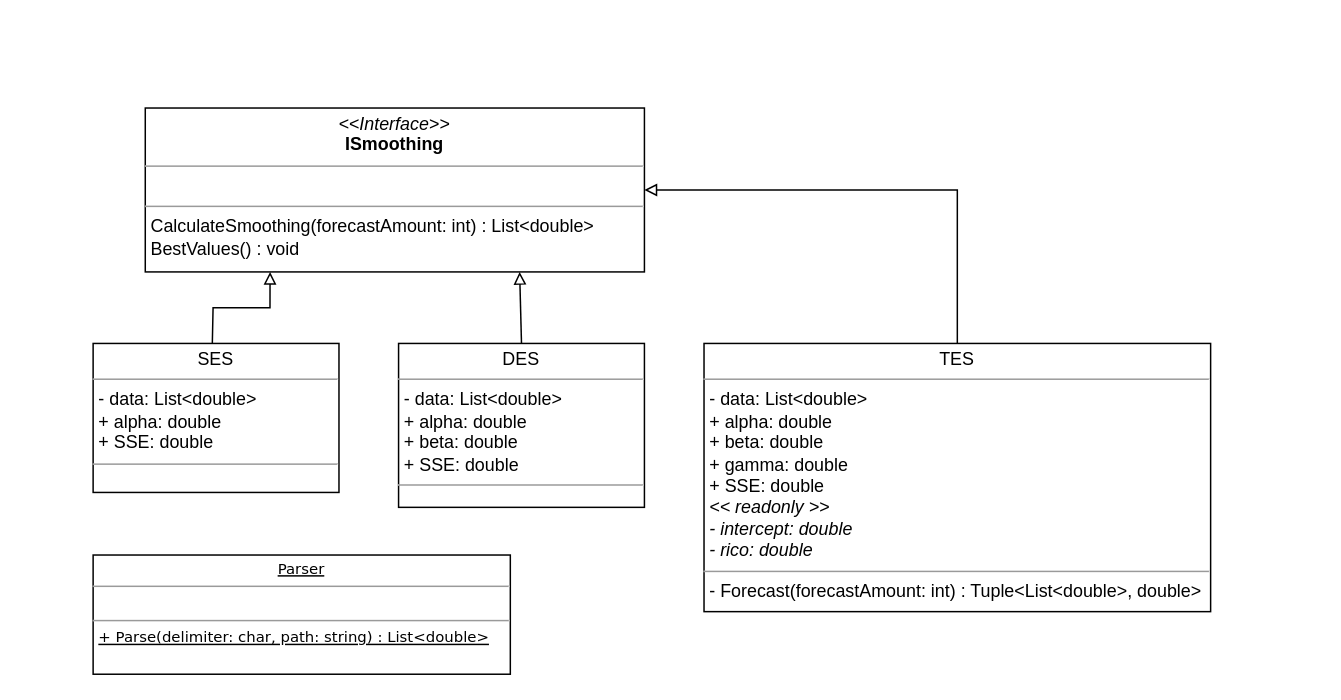
The draw.io diagram Class diagram - forecasting.drawio in JustMike112/forecasting, before the edit. Source tidied: cells renumbered, new cells numbered last; positions are measured from the earlier drawing's top-left corner, leaving out a move shared by most shapes. Both pictures are drawn from the tidied source at 149%, with x=0, y=0 at pixel (92, 107).
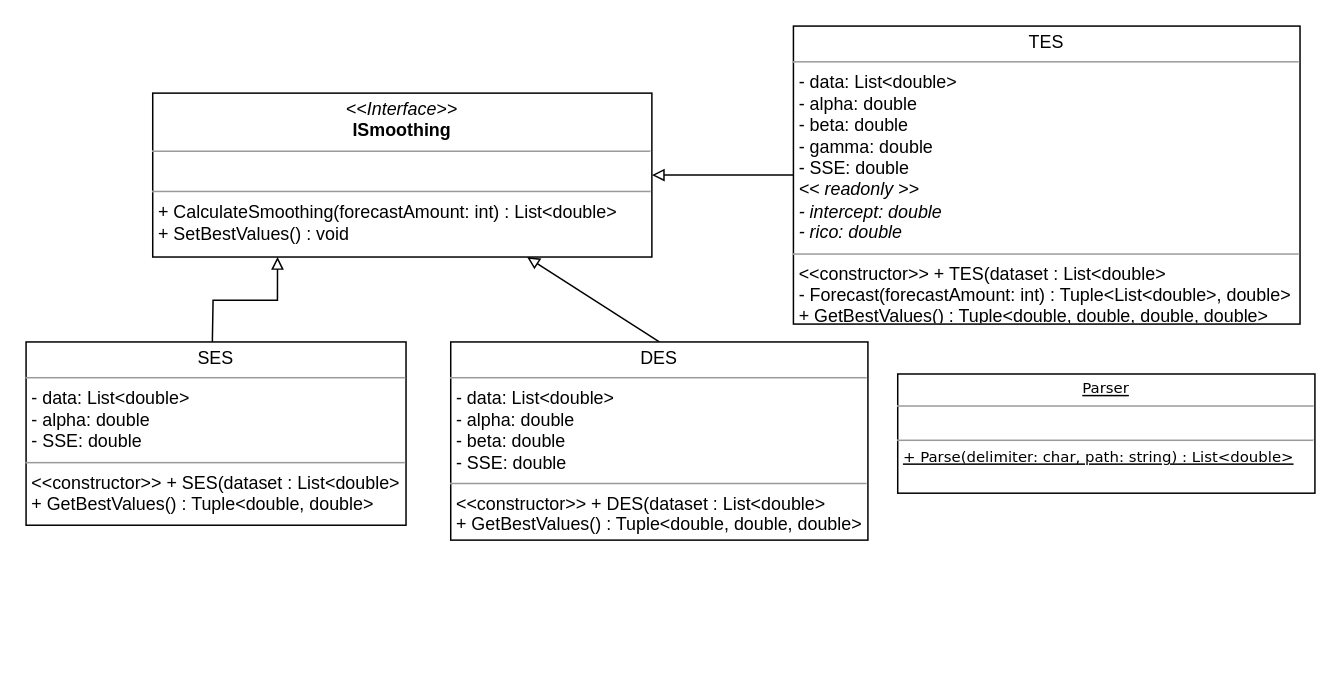
After the change.

Commit message (it also covers changes not shown here):
made some properties private and adjusted the class diagram

What changed in the source:
```diff
@@
 <mxGraphModel>
   <root>
     <mxCell id="0" />
     <mxCell id="1" parent="0" />
-    <mxCell id="2" value="&lt;p style=&quot;margin: 0px ; margin-top: 4px ; text-align: center&quot;&gt;&lt;i&gt;&amp;lt;&amp;lt;Interface&amp;gt;&amp;gt;&lt;/i&gt;&lt;br&gt;&lt;b&gt;ISmoothing&lt;/b&gt;&lt;/p&gt;&lt;hr size=&quot;1&quot;&gt;&lt;p style=&quot;margin: 0px ; margin-left: 4px&quot;&gt;&lt;br&gt;&lt;/p&gt;&lt;hr size=&quot;1&quot;&gt;&lt;p style=&quot;margin: 0px ; margin-left: 4px&quot;&gt;CalculateSmoothing(forecastAmount: int) : List&amp;lt;double&amp;gt;&lt;/p&gt;&lt;p style=&quot;margin: 0px ; margin-left: 4px&quot;&gt;BestValues() : void&lt;/p&gt;" style="verticalAlign=top;align=left;overflow=fill;fontSize=12;fontFamily=Helvetica;html=1;rounded=0;shadow=0;comic=0;labelBackgroundColor=none;strokeColor=#000000;strokeWidth=1;fillColor=#ffffff;" parent="1" vertex="1">
-      <mxGeometry x="35" width="335" height="110" as="geometry" />
+    <mxCell id="2" value="&lt;p style=&quot;margin: 0px ; margin-top: 4px ; text-align: center&quot;&gt;&lt;i&gt;&amp;lt;&amp;lt;Interface&amp;gt;&amp;gt;&lt;/i&gt;&lt;br&gt;&lt;b&gt;ISmoothing&lt;/b&gt;&lt;/p&gt;&lt;hr size=&quot;1&quot;&gt;&lt;p style=&quot;margin: 0px ; margin-left: 4px&quot;&gt;&lt;br&gt;&lt;/p&gt;&lt;hr size=&quot;1&quot;&gt;&lt;p style=&quot;margin: 0px ; margin-left: 4px&quot;&gt;+ CalculateSmoothing(forecastAmount: int) : List&amp;lt;double&amp;gt;&lt;/p&gt;&lt;p style=&quot;margin: 0px ; margin-left: 4px&quot;&gt;+ SetBestValues() : void&lt;/p&gt;" style="verticalAlign=top;align=left;overflow=fill;fontSize=12;fontFamily=Helvetica;html=1;rounded=0;shadow=0;comic=0;labelBackgroundColor=none;strokeColor=#000000;strokeWidth=1;fillColor=#ffffff;" parent="1" vertex="1">
+      <mxGeometry x="40" y="-10" width="335" height="110" as="geometry" />
     </mxCell>
     <mxCell id="3" style="endArrow=block;html=1;entryX=0.75;entryY=1;entryDx=0;entryDy=0;endFill=0;strokeWidth=1;exitX=0.5;exitY=0;exitDx=0;exitDy=0;" parent="1" edge="1" source="6" target="2">
       <mxGeometry relative="1" as="geometry" />
     </mxCell>
     <mxCell id="4" style="edgeStyle=orthogonalEdgeStyle;rounded=0;jettySize=auto;html=1;exitX=0.5;exitY=0;exitDx=0;exitDy=0;entryX=0.25;entryY=1;entryDx=0;entryDy=0;endArrow=block;endFill=0;strokeWidth=1;" parent="1" edge="1" target="2">
       <mxGeometry relative="1" as="geometry">
         <mxPoint x="80" y="158" as="sourcePoint" />
       </mxGeometry>
     </mxCell>
-    <mxCell id="5" value="&lt;p style=&quot;margin: 0px ; margin-top: 4px ; text-align: center&quot;&gt;SES&lt;/p&gt;&lt;hr size=&quot;1&quot;&gt;&lt;p style=&quot;margin: 0px ; margin-left: 4px&quot;&gt;- data: List&amp;lt;double&amp;gt;&lt;/p&gt;&lt;p style=&quot;margin: 0px ; margin-left: 4px&quot;&gt;+ alpha: double&lt;/p&gt;&lt;p style=&quot;margin: 0px ; margin-left: 4px&quot;&gt;+ SSE: double&lt;/p&gt;&lt;hr size=&quot;1&quot;&gt;&lt;p style=&quot;margin: 0px ; margin-left: 4px&quot;&gt;&lt;br&gt;&lt;/p&gt;" style="verticalAlign=top;align=left;overflow=fill;fontSize=12;fontFamily=Helvetica;html=1;rounded=0;shadow=0;comic=0;labelBackgroundColor=none;strokeColor=#000000;strokeWidth=1;fillColor=#ffffff;" parent="1" vertex="1">
-      <mxGeometry y="158" width="165" height="100" as="geometry" />
+    <mxCell id="5" value="&lt;p style=&quot;margin: 0px ; margin-top: 4px ; text-align: center&quot;&gt;SES&lt;/p&gt;&lt;hr size=&quot;1&quot;&gt;&lt;p style=&quot;margin: 0px ; margin-left: 4px&quot;&gt;- data: List&amp;lt;double&amp;gt;&lt;/p&gt;&lt;p style=&quot;margin: 0px ; margin-left: 4px&quot;&gt;- alpha: double&lt;/p&gt;&lt;p style=&quot;margin: 0px ; margin-left: 4px&quot;&gt;- SSE: double&lt;/p&gt;&lt;hr size=&quot;1&quot;&gt;&lt;p style=&quot;margin: 0px ; margin-left: 4px&quot;&gt;&amp;lt;&amp;lt;constructor&amp;gt;&amp;gt; + SES(dataset : List&amp;lt;double&amp;gt;&lt;/p&gt;&lt;p style=&quot;margin: 0px ; margin-left: 4px&quot;&gt;+ GetBestValues() : Tuple&amp;lt;double, double&amp;gt;&lt;/p&gt;" style="verticalAlign=top;align=left;overflow=fill;fontSize=12;fontFamily=Helvetica;html=1;rounded=0;shadow=0;comic=0;labelBackgroundColor=none;strokeColor=#000000;strokeWidth=1;fillColor=#ffffff;" parent="1" vertex="1">
+      <mxGeometry x="-45" y="157" width="255" height="123" as="geometry" />
     </mxCell>
-    <mxCell id="6" value="&lt;p style=&quot;margin: 0px ; margin-top: 4px ; text-align: center&quot;&gt;DES&lt;/p&gt;&lt;hr size=&quot;1&quot;&gt;&lt;p style=&quot;margin: 0px ; margin-left: 4px&quot;&gt;- data: List&amp;lt;double&amp;gt;&lt;/p&gt;&lt;p style=&quot;margin: 0px ; margin-left: 4px&quot;&gt;+ alpha: double&lt;/p&gt;&lt;p style=&quot;margin: 0px ; margin-left: 4px&quot;&gt;+ beta: double&lt;/p&gt;&lt;p style=&quot;margin: 0px ; margin-left: 4px&quot;&gt;+ SSE: double&lt;/p&gt;&lt;hr size=&quot;1&quot;&gt;&lt;p style=&quot;margin: 0px ; margin-left: 4px&quot;&gt;&lt;br&gt;&lt;/p&gt;" style="verticalAlign=top;align=left;overflow=fill;fontSize=12;fontFamily=Helvetica;html=1;rounded=0;shadow=0;comic=0;labelBackgroundColor=none;strokeColor=#000000;strokeWidth=1;fillColor=#ffffff;" parent="1" vertex="1">
-      <mxGeometry x="205" y="158" width="165" height="110" as="geometry" />
+    <mxCell id="6" value="&lt;p style=&quot;margin: 0px ; margin-top: 4px ; text-align: center&quot;&gt;DES&lt;/p&gt;&lt;hr size=&quot;1&quot;&gt;&lt;p style=&quot;margin: 0px ; margin-left: 4px&quot;&gt;- data: List&amp;lt;double&amp;gt;&lt;/p&gt;&lt;p style=&quot;margin: 0px ; margin-left: 4px&quot;&gt;- alpha: double&lt;/p&gt;&lt;p style=&quot;margin: 0px ; margin-left: 4px&quot;&gt;- beta: double&lt;/p&gt;&lt;p style=&quot;margin: 0px ; margin-left: 4px&quot;&gt;- SSE: double&lt;/p&gt;&lt;hr size=&quot;1&quot;&gt;&lt;p style=&quot;margin: 0px ; margin-left: 4px&quot;&gt;&amp;lt;&amp;lt;constructor&amp;gt;&amp;gt; + DES(dataset : List&amp;lt;double&amp;gt;&lt;br&gt;&lt;/p&gt;&lt;p style=&quot;margin: 0px ; margin-left: 4px&quot;&gt;+ GetBestValues() : Tuple&amp;lt;double, double, double&amp;gt;&lt;br&gt;&lt;/p&gt;" style="verticalAlign=top;align=left;overflow=fill;fontSize=12;fontFamily=Helvetica;html=1;rounded=0;shadow=0;comic=0;labelBackgroundColor=none;strokeColor=#000000;strokeWidth=1;fillColor=#ffffff;" parent="1" vertex="1">
+      <mxGeometry x="240" y="157" width="280" height="133" as="geometry" />
     </mxCell>
-    <mxCell id="7" value="&lt;p style=&quot;margin: 0px ; margin-top: 4px ; text-align: center&quot;&gt;TES&lt;/p&gt;&lt;hr size=&quot;1&quot;&gt;&lt;p style=&quot;margin: 0px ; margin-left: 4px&quot;&gt;- data: List&amp;lt;double&amp;gt;&lt;/p&gt;&lt;p style=&quot;margin: 0px ; margin-left: 4px&quot;&gt;+ alpha: double&lt;/p&gt;&lt;p style=&quot;margin: 0px ; margin-left: 4px&quot;&gt;+ beta: double&lt;/p&gt;&lt;p style=&quot;margin: 0px ; margin-left: 4px&quot;&gt;+ gamma: double&lt;/p&gt;&lt;p style=&quot;margin: 0px ; margin-left: 4px&quot;&gt;+ SSE: double&lt;/p&gt;&lt;p style=&quot;margin: 0px ; margin-left: 4px&quot;&gt;&lt;i&gt;&amp;lt;&amp;lt; readonly &amp;gt;&amp;gt;&lt;/i&gt;&lt;/p&gt;&lt;p style=&quot;margin: 0px ; margin-left: 4px&quot;&gt;&lt;i&gt;- intercept: double&lt;/i&gt;&lt;/p&gt;&lt;p style=&quot;margin: 0px ; margin-left: 4px&quot;&gt;&lt;i&gt;- rico: double&lt;/i&gt;&lt;/p&gt;&lt;hr size=&quot;1&quot;&gt;&lt;p style=&quot;margin: 0px ; margin-left: 4px&quot;&gt;- Forecast(forecastAmount: int) : Tuple&amp;lt;List&amp;lt;double&amp;gt;, double&amp;gt;&lt;/p&gt;" style="verticalAlign=top;align=left;overflow=fill;fontSize=12;fontFamily=Helvetica;html=1;rounded=0;shadow=0;comic=0;labelBackgroundColor=none;strokeColor=#000000;strokeWidth=1;fillColor=#ffffff;" parent="1" vertex="1">
-      <mxGeometry x="410" y="158" width="340" height="180" as="geometry" />
+    <mxCell id="7" value="&lt;p style=&quot;margin: 0px ; margin-top: 4px ; text-align: center&quot;&gt;TES&lt;/p&gt;&lt;hr size=&quot;1&quot;&gt;&lt;p style=&quot;margin: 0px ; margin-left: 4px&quot;&gt;- data: List&amp;lt;double&amp;gt;&lt;/p&gt;&lt;p style=&quot;margin: 0px ; margin-left: 4px&quot;&gt;- alpha: double&lt;/p&gt;&lt;p style=&quot;margin: 0px ; margin-left: 4px&quot;&gt;- beta: double&lt;/p&gt;&lt;p style=&quot;margin: 0px ; margin-left: 4px&quot;&gt;- gamma: double&lt;/p&gt;&lt;p style=&quot;margin: 0px ; margin-left: 4px&quot;&gt;- SSE: double&lt;/p&gt;&lt;p style=&quot;margin: 0px ; margin-left: 4px&quot;&gt;&lt;i&gt;&amp;lt;&amp;lt; readonly &amp;gt;&amp;gt;&lt;/i&gt;&lt;/p&gt;&lt;p style=&quot;margin: 0px ; margin-left: 4px&quot;&gt;&lt;i&gt;- intercept: double&lt;/i&gt;&lt;/p&gt;&lt;p style=&quot;margin: 0px ; margin-left: 4px&quot;&gt;&lt;i&gt;- rico: double&lt;/i&gt;&lt;/p&gt;&lt;hr size=&quot;1&quot;&gt;&lt;p style=&quot;margin: 0px ; margin-left: 4px&quot;&gt;&amp;lt;&amp;lt;constructor&amp;gt;&amp;gt; + TES(dataset : List&amp;lt;double&amp;gt;&lt;br&gt;&lt;/p&gt;&lt;p style=&quot;margin: 0px ; margin-left: 4px&quot;&gt;- Forecast(forecastAmount: int) : Tuple&amp;lt;List&amp;lt;double&amp;gt;, double&amp;gt;&lt;/p&gt;&lt;p style=&quot;margin: 0px ; margin-left: 4px&quot;&gt;+ GetBestValues() : Tuple&amp;lt;double, double, double, double&amp;gt;&lt;/p&gt;" style="verticalAlign=top;align=left;overflow=fill;fontSize=12;fontFamily=Helvetica;html=1;rounded=0;shadow=0;comic=0;labelBackgroundColor=none;strokeColor=#000000;strokeWidth=1;fillColor=#ffffff;" parent="1" vertex="1">
+      <mxGeometry x="470" y="-55" width="340" height="200" as="geometry" />
     </mxCell>
+    <mxCell id="9" value="&lt;p style=&quot;margin: 4px 0px 0px ; text-align: center ; font-size: 10px&quot;&gt;&lt;u&gt;&lt;span&gt;Parser&lt;/span&gt;&lt;br&gt;&lt;/u&gt;&lt;/p&gt;&lt;hr size=&quot;1&quot; style=&quot;font-size: 10px&quot;&gt;&lt;p style=&quot;margin: 0px 0px 0px 4px ; font-size: 10px&quot;&gt;&lt;br&gt;&lt;/p&gt;&lt;hr size=&quot;1&quot; style=&quot;font-size: 10px&quot;&gt;&lt;p style=&quot;margin: 0px 0px 0px 4px ; font-size: 10px&quot;&gt;&lt;font style=&quot;font-size: 10px&quot;&gt;&lt;u&gt;+ Parse(delimiter: char, path: string) : List&amp;lt;double&amp;gt;&lt;/u&gt;&lt;/font&gt;&lt;/p&gt;" style="verticalAlign=top;align=left;overflow=fill;fontSize=12;fontFamily=Verdana;html=1;rounded=0;shadow=0;comic=0;labelBackgroundColor=none;strokeColor=#000000;strokeWidth=1;fillColor=#ffffff;" parent="1" vertex="1">
+      <mxGeometry x="540" y="178.5" width="280" height="80" as="geometry" />
+    </mxCell>
-    <mxCell id="8" style="endArrow=block;html=1;entryX=1;entryY=0.5;entryDx=0;entryDy=0;endFill=0;strokeWidth=1;exitX=0.5;exitY=0;exitDx=0;exitDy=0;rounded=0;" parent="1" edge="1" source="7" target="2">
-      <mxGeometry relative="1" as="geometry">
-        <Array as="points">
-          <mxPoint x="580" y="55" />
-        </Array>
-      </mxGeometry>
+    <mxCell id="8" style="endArrow=block;html=1;entryX=1;entryY=0.5;entryDx=0;entryDy=0;endFill=0;strokeWidth=1;exitX=0;exitY=0.5;exitDx=0;exitDy=0;" parent="1" edge="1" source="7" target="2">
+      <mxGeometry relative="1" as="geometry" />
     </mxCell>
-    <mxCell id="9" value="&lt;p style=&quot;margin: 4px 0px 0px ; text-align: center ; font-size: 10px&quot;&gt;&lt;u&gt;&lt;span&gt;Parser&lt;/span&gt;&lt;br&gt;&lt;/u&gt;&lt;/p&gt;&lt;hr size=&quot;1&quot; style=&quot;font-size: 10px&quot;&gt;&lt;p style=&quot;margin: 0px 0px 0px 4px ; font-size: 10px&quot;&gt;&lt;br&gt;&lt;/p&gt;&lt;hr size=&quot;1&quot; style=&quot;font-size: 10px&quot;&gt;&lt;p style=&quot;margin: 0px 0px 0px 4px ; font-size: 10px&quot;&gt;&lt;font style=&quot;font-size: 10px&quot;&gt;&lt;u&gt;+ Parse(delimiter: char, path: string) : List&amp;lt;double&amp;gt;&lt;/u&gt;&lt;/font&gt;&lt;/p&gt;" style="verticalAlign=top;align=left;overflow=fill;fontSize=12;fontFamily=Verdana;html=1;rounded=0;shadow=0;comic=0;labelBackgroundColor=none;strokeColor=#000000;strokeWidth=1;fillColor=#ffffff;" parent="1" vertex="1">
-      <mxGeometry y="300" width="280" height="80" as="geometry" />
-    </mxCell>
   </root>
 </mxGraphModel>
```
